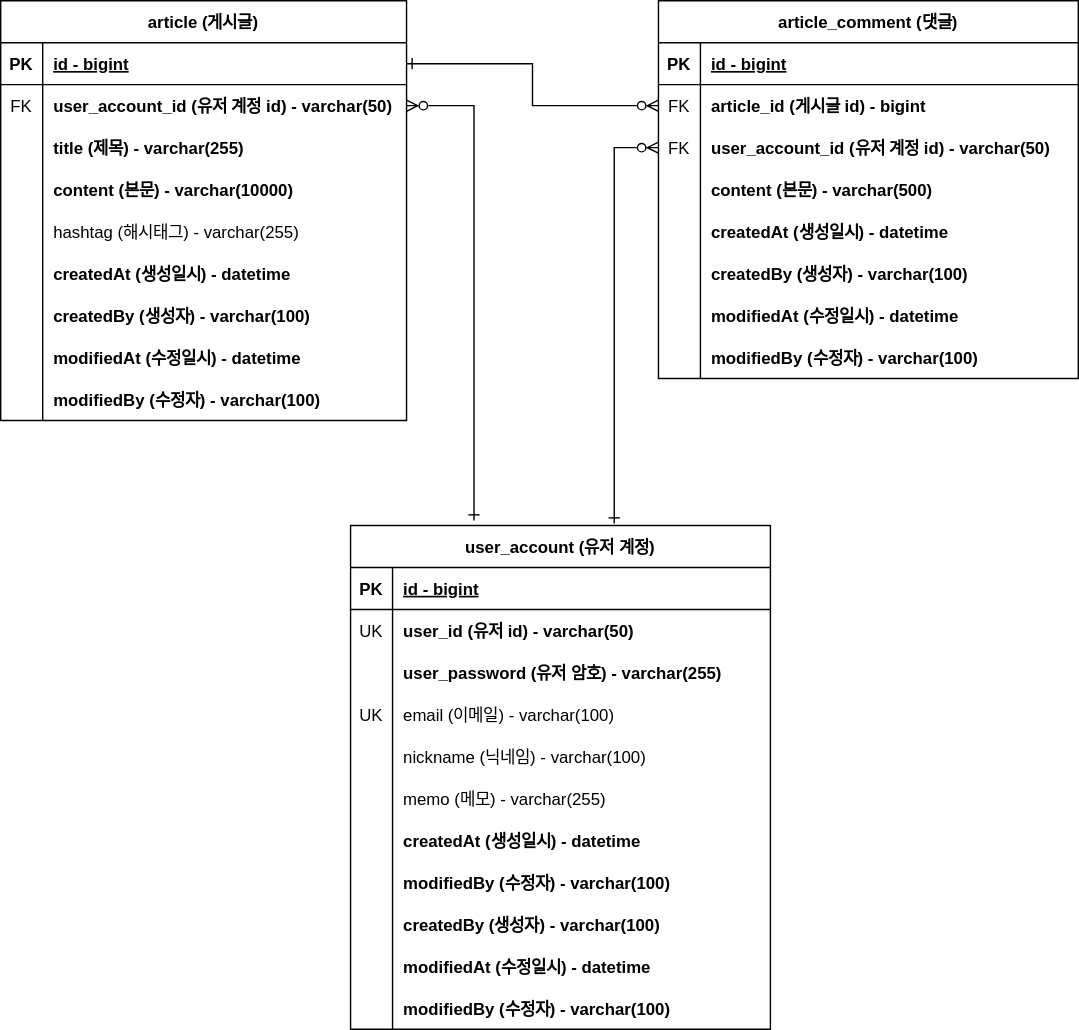
ekslffh/fc-project-board keeps this draw.io diagram as document/project-board-erd.svg. Above is the earlier version. Source tidied: cells renumbered, new cells last; positions are measured from the earlier drawing's top-left corner, leaving out a move shared by most shapes.
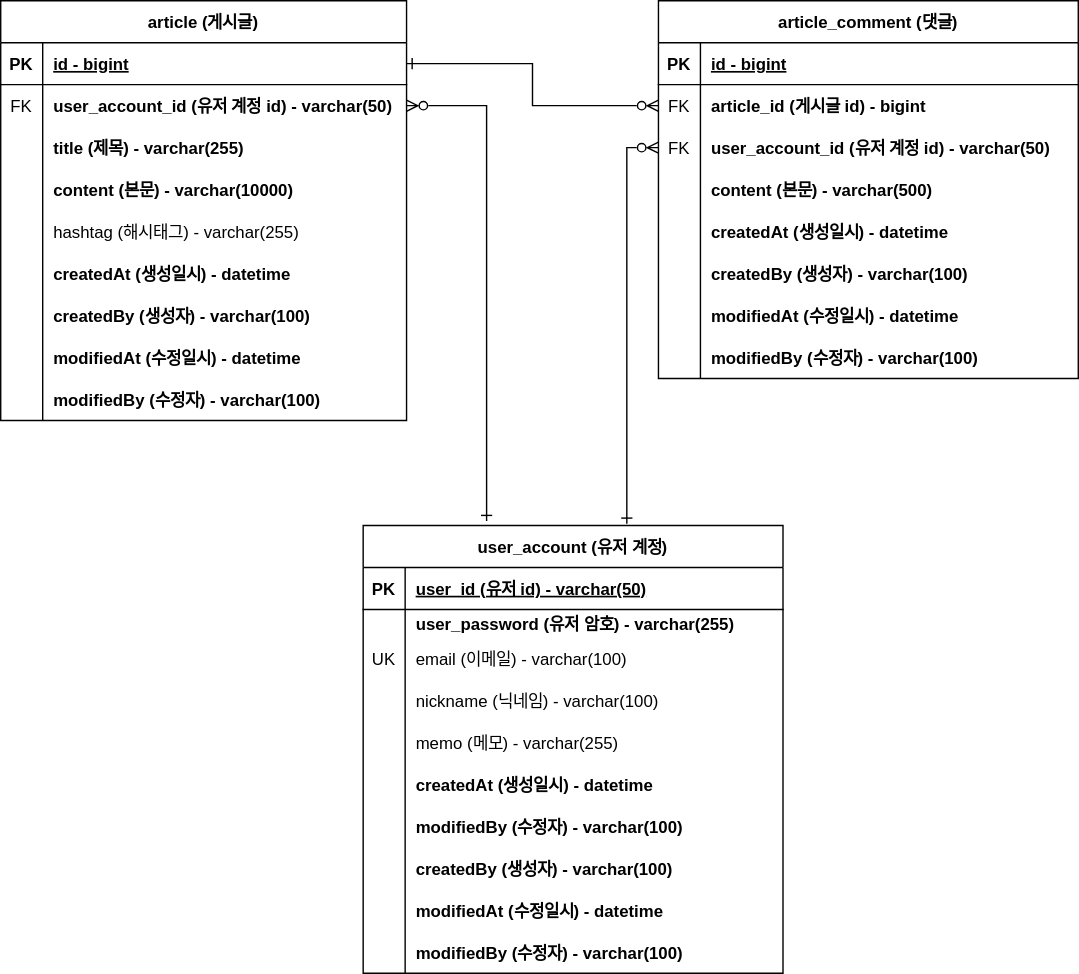
After the commit.

Commit message:
#38 - 유저계정 PK 수정 : 기본 id 삭제하고 userId 를 PK로 설정하였습니다.

What changed in the source:
```diff
@@ -162,7 +162,7 @@
       <mxGeometry x="30" width="270" height="30" as="geometry" />
     </mxCell>
     <mxCell id="55" value="user_account (유저 계정)" style="shape=table;startSize=30;rowLines=0;fontStyle=1;align=center;" parent="1" vertex="1">
-      <mxGeometry x="250" y="375" width="300" height="360" as="geometry" />
+      <mxGeometry x="259" y="375" width="300" height="320" as="geometry" />
     </mxCell>
     <mxCell id="56" style="shape=partialRectangle;fillColor=none;top=0;left=0;right=0;bottom=1;" parent="55" vertex="1">
       <mxGeometry y="30" width="300" height="30" as="geometry" />
@@ -170,29 +170,20 @@
     <mxCell id="57" value="PK" style="shape=partialRectangle;overflow=hidden;fillColor=none;top=0;left=0;bottom=0;right=0;fontStyle=1;" parent="56" vertex="1">
       <mxGeometry width="30" height="30" as="geometry" />
     </mxCell>
-    <mxCell id="58" value="id - bigint" style="shape=partialRectangle;overflow=hidden;fillColor=none;top=0;left=0;bottom=0;right=0;align=left;spacingLeft=6;fontStyle=5;" parent="56" vertex="1">
+    <mxCell id="58" value="user_id (유저 id) - varchar(50)" style="shape=partialRectangle;overflow=hidden;fillColor=none;top=0;left=0;bottom=0;right=0;align=left;spacingLeft=6;fontStyle=5;" parent="56" vertex="1">
       <mxGeometry x="30" width="270" height="30" as="geometry" />
     </mxCell>
-    <mxCell id="59" style="shape=partialRectangle;fillColor=none;top=0;left=0;right=0;bottom=0;" parent="55" vertex="1">
-      <mxGeometry y="60" width="300" height="30" as="geometry" />
-    </mxCell>
-    <mxCell id="60" value="UK" style="shape=partialRectangle;overflow=hidden;fillColor=none;top=0;left=0;bottom=0;right=0;" parent="59" vertex="1">
-      <mxGeometry width="30" height="30" as="geometry" />
-    </mxCell>
-    <mxCell id="61" value="user_id (유저 id) - varchar(50)" style="shape=partialRectangle;overflow=hidden;fillColor=none;top=0;left=0;bottom=0;right=0;align=left;spacingLeft=6;fontStyle=1;" parent="59" vertex="1">
-      <mxGeometry x="30" width="270" height="30" as="geometry" />
-    </mxCell>
     <mxCell id="62" style="shape=partialRectangle;fillColor=none;top=0;left=0;right=0;bottom=0;" parent="55" vertex="1">
-      <mxGeometry y="90" width="300" height="30" as="geometry" />
+      <mxGeometry y="60" width="300" height="20" as="geometry" />
     </mxCell>
     <mxCell id="63" style="shape=partialRectangle;overflow=hidden;fillColor=none;top=0;left=0;bottom=0;right=0;" parent="62" vertex="1">
-      <mxGeometry width="30" height="30" as="geometry" />
+      <mxGeometry width="30" height="20" as="geometry" />
     </mxCell>
     <mxCell id="64" value="user_password (유저 암호) - varchar(255)" style="shape=partialRectangle;overflow=hidden;fillColor=none;top=0;left=0;bottom=0;right=0;align=left;spacingLeft=6;fontStyle=1;" parent="62" vertex="1">
-      <mxGeometry x="30" width="270" height="30" as="geometry" />
+      <mxGeometry x="30" width="270" height="20" as="geometry" />
     </mxCell>
     <mxCell id="65" style="shape=partialRectangle;fillColor=none;top=0;left=0;right=0;bottom=0;" parent="55" vertex="1">
-      <mxGeometry y="120" width="300" height="30" as="geometry" />
+      <mxGeometry y="80" width="300" height="30" as="geometry" />
     </mxCell>
     <mxCell id="66" value="UK" style="shape=partialRectangle;overflow=hidden;fillColor=none;top=0;left=0;bottom=0;right=0;" parent="65" vertex="1">
       <mxGeometry width="30" height="30" as="geometry" />
@@ -201,7 +192,7 @@
       <mxGeometry x="30" width="270" height="30" as="geometry" />
     </mxCell>
     <mxCell id="68" style="shape=partialRectangle;fillColor=none;top=0;left=0;right=0;bottom=0;" parent="55" vertex="1">
-      <mxGeometry y="150" width="300" height="30" as="geometry" />
+      <mxGeometry y="110" width="300" height="30" as="geometry" />
     </mxCell>
     <mxCell id="69" style="shape=partialRectangle;overflow=hidden;fillColor=none;top=0;left=0;bottom=0;right=0;" parent="68" vertex="1">
       <mxGeometry width="30" height="30" as="geometry" />
@@ -210,7 +201,7 @@
       <mxGeometry x="30" width="270" height="30" as="geometry" />
     </mxCell>
     <mxCell id="71" style="shape=partialRectangle;fillColor=none;top=0;left=0;right=0;bottom=0;" parent="55" vertex="1">
-      <mxGeometry y="180" width="300" height="30" as="geometry" />
+      <mxGeometry y="140" width="300" height="30" as="geometry" />
     </mxCell>
     <mxCell id="72" style="shape=partialRectangle;overflow=hidden;fillColor=none;top=0;left=0;bottom=0;right=0;" parent="71" vertex="1">
       <mxGeometry width="30" height="30" as="geometry" />
@@ -219,7 +210,7 @@
       <mxGeometry x="30" width="270" height="30" as="geometry" />
     </mxCell>
     <mxCell id="74" style="shape=partialRectangle;fillColor=none;top=0;left=0;right=0;bottom=0;" parent="55" vertex="1">
-      <mxGeometry y="210" width="300" height="30" as="geometry" />
+      <mxGeometry y="170" width="300" height="30" as="geometry" />
     </mxCell>
     <mxCell id="75" style="shape=partialRectangle;overflow=hidden;fillColor=none;top=0;left=0;bottom=0;right=0;" parent="74" vertex="1">
       <mxGeometry width="30" height="30" as="geometry" />
@@ -228,7 +219,7 @@
       <mxGeometry x="30" width="270" height="30" as="geometry" />
     </mxCell>
     <mxCell id="77" style="shape=partialRectangle;fillColor=none;top=0;left=0;right=0;bottom=0;" parent="55" vertex="1">
-      <mxGeometry y="240" width="300" height="30" as="geometry" />
+      <mxGeometry y="200" width="300" height="30" as="geometry" />
     </mxCell>
     <mxCell id="78" style="shape=partialRectangle;overflow=hidden;fillColor=none;top=0;left=0;bottom=0;right=0;" parent="77" vertex="1">
       <mxGeometry width="30" height="30" as="geometry" />
@@ -237,7 +228,7 @@
       <mxGeometry x="30" width="270" height="30" as="geometry" />
     </mxCell>
     <mxCell id="80" style="shape=partialRectangle;fillColor=none;top=0;left=0;right=0;bottom=0;" parent="55" vertex="1">
-      <mxGeometry y="270" width="300" height="30" as="geometry" />
+      <mxGeometry y="230" width="300" height="30" as="geometry" />
     </mxCell>
     <mxCell id="81" style="shape=partialRectangle;overflow=hidden;fillColor=none;top=0;left=0;bottom=0;right=0;" parent="80" vertex="1">
       <mxGeometry width="30" height="30" as="geometry" />
@@ -246,7 +237,7 @@
       <mxGeometry x="30" width="270" height="30" as="geometry" />
     </mxCell>
     <mxCell id="83" style="shape=partialRectangle;fillColor=none;top=0;left=0;right=0;bottom=0;" parent="55" vertex="1">
-      <mxGeometry y="300" width="300" height="30" as="geometry" />
+      <mxGeometry y="260" width="300" height="30" as="geometry" />
     </mxCell>
     <mxCell id="84" style="shape=partialRectangle;overflow=hidden;fillColor=none;top=0;left=0;bottom=0;right=0;" parent="83" vertex="1">
       <mxGeometry width="30" height="30" as="geometry" />
@@ -255,7 +246,7 @@
       <mxGeometry x="30" width="270" height="30" as="geometry" />
     </mxCell>
     <mxCell id="86" style="shape=partialRectangle;fillColor=none;top=0;left=0;right=0;bottom=0;" parent="55" vertex="1">
-      <mxGeometry y="330" width="300" height="30" as="geometry" />
+      <mxGeometry y="290" width="300" height="30" as="geometry" />
     </mxCell>
     <mxCell id="87" style="shape=partialRectangle;overflow=hidden;fillColor=none;top=0;left=0;bottom=0;right=0;" parent="86" vertex="1">
       <mxGeometry width="30" height="30" as="geometry" />
```
